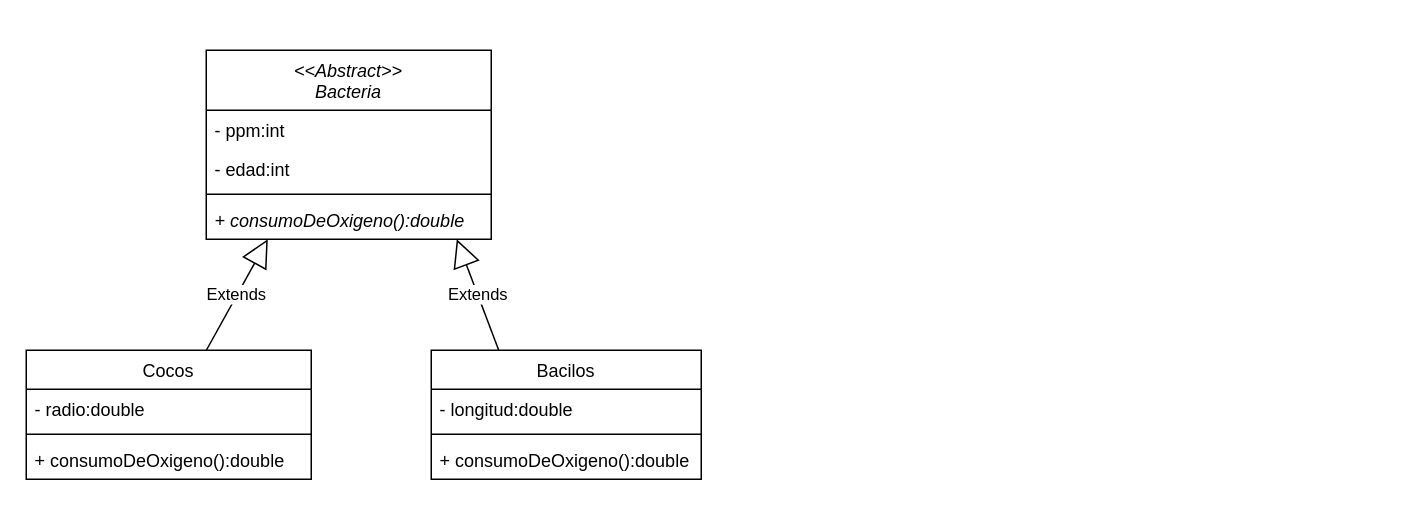
Before: unq-po2-Parcial-1eraFecha-2019-Microbiologia.drawio in nhubczyk/Diagramas-UML, a draw.io diagram. Source tidied: cells renumbered, new cells numbered last; positions are measured from the earlier drawing's top-left corner, leaving out a move shared by most shapes. Both pictures are drawn from the tidied source at 150%, with x=0, y=0 at pixel (26, 50).
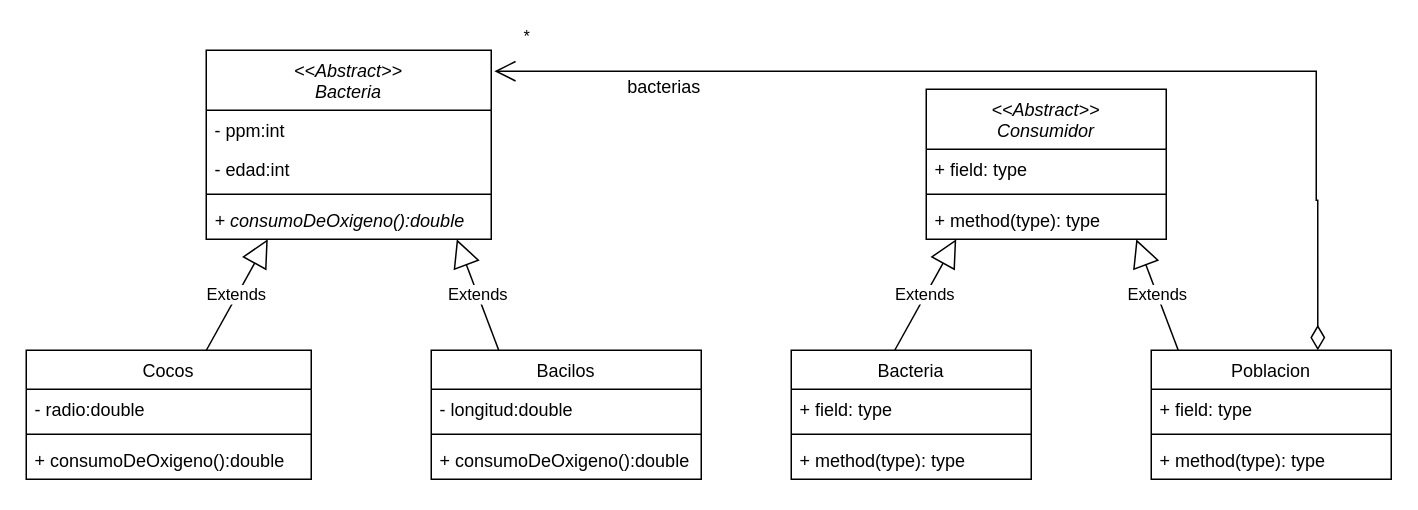
After the change.

The change refers to these unchanged cells:
```xml
<mxCell id="2" value="&lt;&lt;Abstract&gt;&gt;&#10;Bacteria" style="swimlane;fontStyle=2;align=center;verticalAlign=top;horizontal=1;startSize=40;" parent="1" vertex="1">
  <mxGeometry x="120" width="190" height="126" as="geometry" />
</mxCell>
```

Change to the diagram source:
```diff
@@
+    <mxCell id="17" value="&lt;&lt;Abstract&gt;&gt;&#10;Consumidor" style="swimlane;fontStyle=2;align=center;verticalAlign=top;horizontal=1;startSize=40;" parent="1" vertex="1">
+      <mxGeometry x="600" y="26" width="160" height="100" as="geometry" />
+    </mxCell>
+    <mxCell id="18" value="+ field: type" style="text;strokeColor=none;fillColor=none;align=left;verticalAlign=top;spacingLeft=4;spacingRight=4;overflow=hidden;" parent="17" vertex="1">
+      <mxGeometry y="40" width="160" height="26" as="geometry" />
+    </mxCell>
+    <mxCell id="19" style="line;strokeWidth=1;fillColor=none;align=left;verticalAlign=middle;spacingTop=-1;spacingLeft=3;spacingRight=3;labelPosition=right;strokeColor=inherit;" parent="17" vertex="1">
+      <mxGeometry y="66" width="160" height="8" as="geometry" />
+    </mxCell>
+    <mxCell id="20" value="+ method(type): type" style="text;strokeColor=none;fillColor=none;align=left;verticalAlign=top;spacingLeft=4;spacingRight=4;overflow=hidden;" parent="17" vertex="1">
+      <mxGeometry y="74" width="160" height="26" as="geometry" />
+    </mxCell>
+    <mxCell id="21" value="Bacteria" style="swimlane;fontStyle=0;align=center;verticalAlign=top;horizontal=1;startSize=26;" parent="1" vertex="1">
+      <mxGeometry x="510" y="200" width="160" height="86" as="geometry" />
+    </mxCell>
+    <mxCell id="22" value="+ field: type" style="text;strokeColor=none;fillColor=none;align=left;verticalAlign=top;spacingLeft=4;spacingRight=4;overflow=hidden;" parent="21" vertex="1">
+      <mxGeometry y="26" width="160" height="26" as="geometry" />
+    </mxCell>
+    <mxCell id="23" style="line;strokeWidth=1;fillColor=none;align=left;verticalAlign=middle;spacingTop=-1;spacingLeft=3;spacingRight=3;labelPosition=right;strokeColor=inherit;" parent="21" vertex="1">
+      <mxGeometry y="52" width="160" height="8" as="geometry" />
+    </mxCell>
+    <mxCell id="24" value="+ method(type): type" style="text;strokeColor=none;fillColor=none;align=left;verticalAlign=top;spacingLeft=4;spacingRight=4;overflow=hidden;" parent="21" vertex="1">
+      <mxGeometry y="60" width="160" height="26" as="geometry" />
+    </mxCell>
+    <mxCell id="25" value="Poblacion" style="swimlane;fontStyle=0;align=center;verticalAlign=top;horizontal=1;startSize=26;" parent="1" vertex="1">
+      <mxGeometry x="750" y="200" width="160" height="86" as="geometry" />
+    </mxCell>
+    <mxCell id="26" value="+ field: type" style="text;strokeColor=none;fillColor=none;align=left;verticalAlign=top;spacingLeft=4;spacingRight=4;overflow=hidden;" parent="25" vertex="1">
+      <mxGeometry y="26" width="160" height="26" as="geometry" />
+    </mxCell>
+    <mxCell id="27" style="line;strokeWidth=1;fillColor=none;align=left;verticalAlign=middle;spacingTop=-1;spacingLeft=3;spacingRight=3;labelPosition=right;strokeColor=inherit;" parent="25" vertex="1">
+      <mxGeometry y="52" width="160" height="8" as="geometry" />
+    </mxCell>
+    <mxCell id="28" value="+ method(type): type" style="text;strokeColor=none;fillColor=none;align=left;verticalAlign=top;spacingLeft=4;spacingRight=4;overflow=hidden;" parent="25" vertex="1">
+      <mxGeometry y="60" width="160" height="26" as="geometry" />
+    </mxCell>
+    <mxCell id="29" value="Extends" style="endArrow=block;endSize=16;endFill=0;html=1;rounded=0;exitX=0.632;exitY=0;exitDx=0;exitDy=0;exitPerimeter=0;entryX=0.216;entryY=1;entryDx=0;entryDy=0;entryPerimeter=0;" parent="1" edge="1">
+      <mxGeometry relative="1" as="geometry">
+        <mxPoint x="579" y="200" as="sourcePoint" />
+        <mxPoint x="620" y="126" as="targetPoint" />
+      </mxGeometry>
+    </mxCell>
+    <mxCell id="30" value="Extends" style="endArrow=block;endSize=16;endFill=0;html=1;rounded=0;exitX=0.25;exitY=0;exitDx=0;exitDy=0;entryX=0.879;entryY=1;entryDx=0;entryDy=0;entryPerimeter=0;" parent="1" edge="1">
+      <mxGeometry relative="1" as="geometry">
+        <mxPoint x="768" y="200" as="sourcePoint" />
+        <mxPoint x="740" y="126" as="targetPoint" />
+      </mxGeometry>
+    </mxCell>
+    <mxCell id="31" value="*" style="endArrow=open;html=1;endSize=12;startArrow=diamondThin;startSize=14;startFill=0;edgeStyle=orthogonalEdgeStyle;align=left;verticalAlign=bottom;rounded=0;exitX=0.694;exitY=0;exitDx=0;exitDy=0;exitPerimeter=0;entryX=1.011;entryY=0.111;entryDx=0;entryDy=0;entryPerimeter=0;" parent="1" edge="1" source="25" target="2">
+      <mxGeometry x="0.95" y="-14" relative="1" as="geometry">
+        <Array as="points">
+          <mxPoint x="861" y="100" />
+          <mxPoint x="860" y="100" />
+          <mxPoint x="860" y="14" />
+        </Array>
+      </mxGeometry>
+    </mxCell>
+    <mxCell id="32" value="bacterias" style="text;html=1;align=center;verticalAlign=middle;strokeColor=none;fillColor=none;" parent="1" vertex="1">
+      <mxGeometry x="390" y="10" width="70" height="30" as="geometry" />
+    </mxCell>
```
